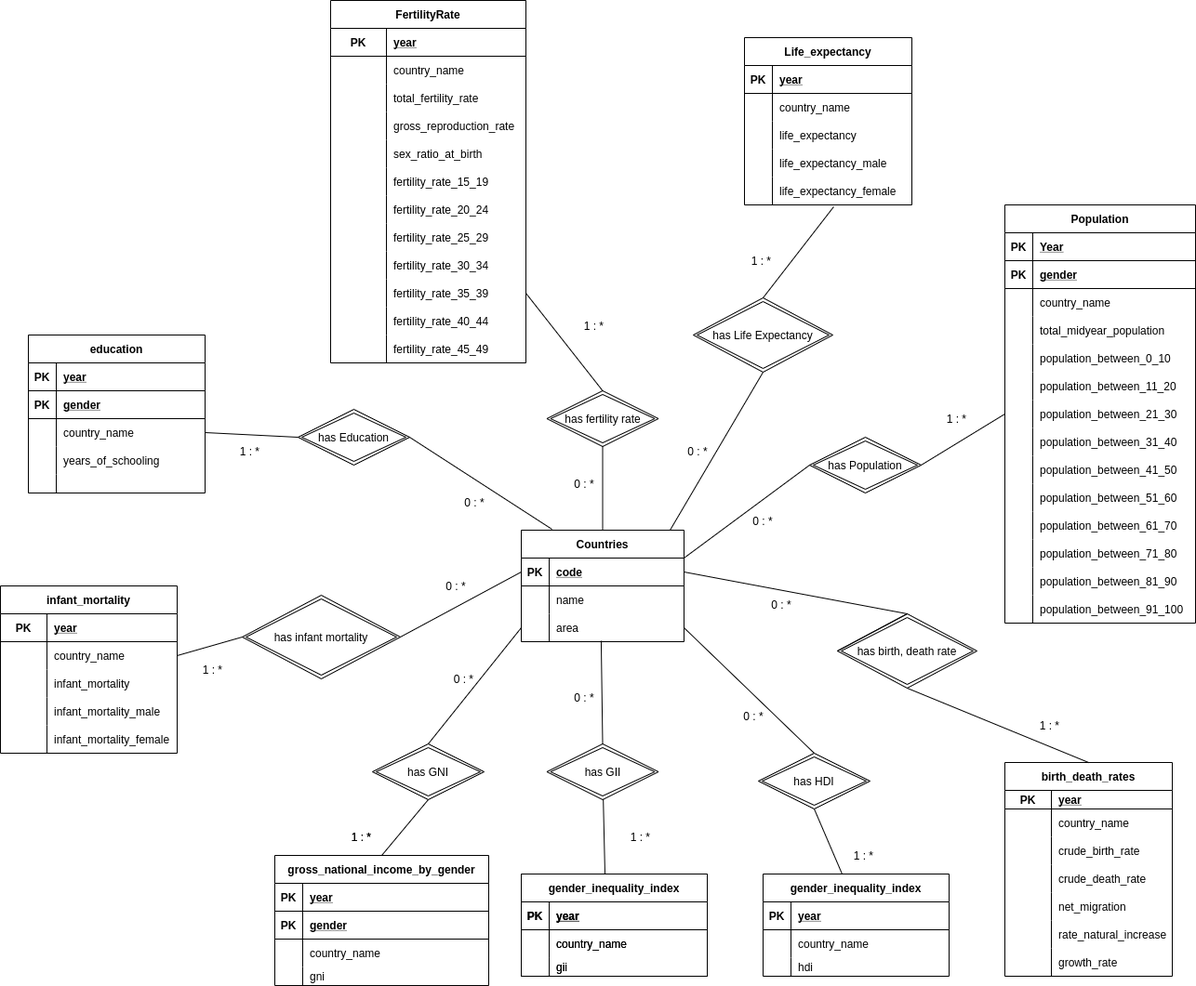
sid42/ECE356_Project_F21 keeps this draw.io diagram as server/Demographics-ERDiagram.png. Above is the earlier version. Source tidied: cells renumbered, new cells last; positions are measured from the earlier drawing's top-left corner, leaving out a move shared by most shapes.
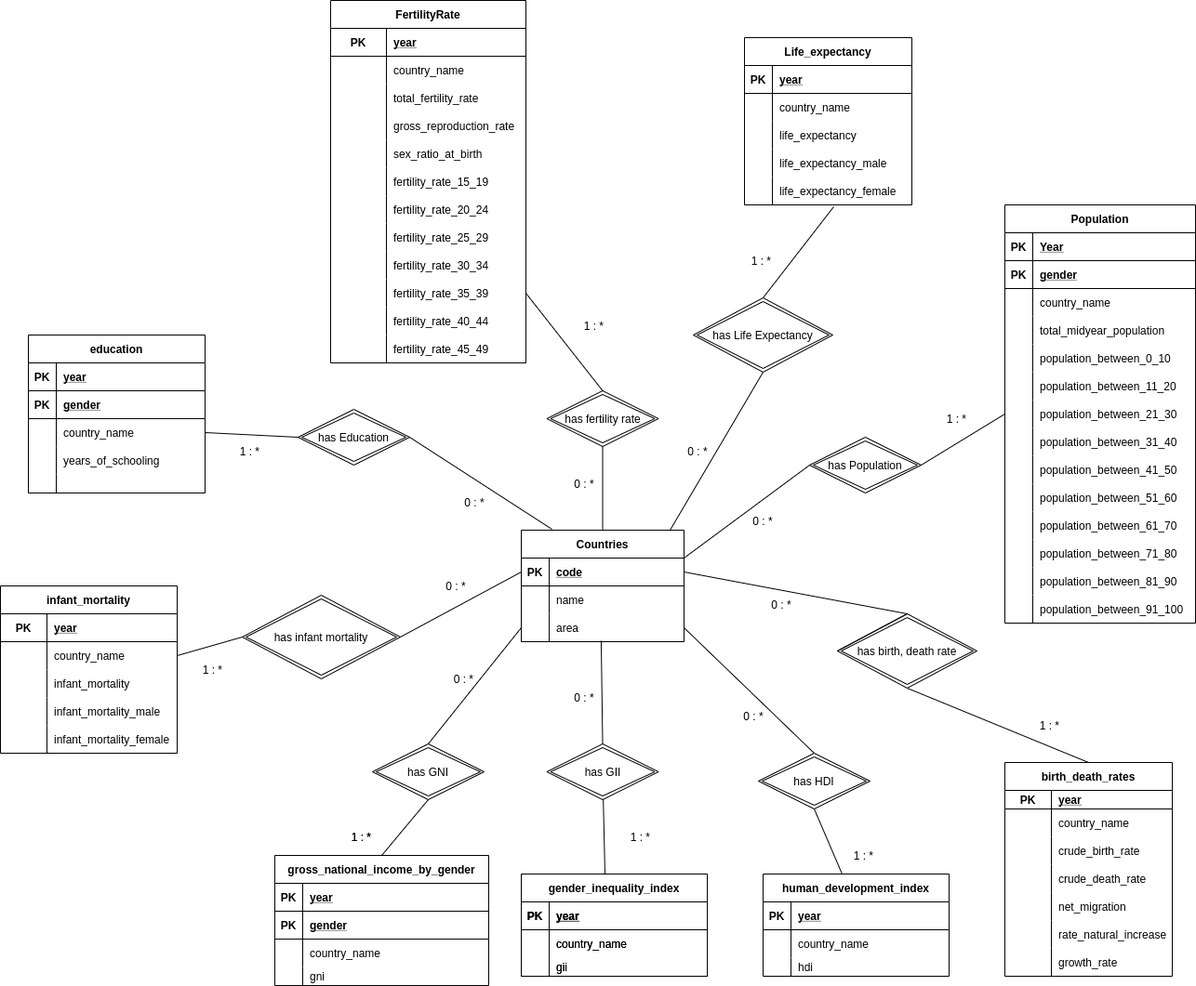
Above is the later version.

Diff of the diagram source:
```diff
@@ -742,7 +742,7 @@
     <mxCell id="235" value="gii" style="shape=partialRectangle;fillColor=none;top=0;left=0;bottom=0;right=0;align=left;spacingLeft=6;overflow=hidden;" parent="233" vertex="1">
       <mxGeometry x="30" width="170" height="20" as="geometry" />
     </mxCell>
-    <mxCell id="236" value="gender_inequality_index" style="shape=table;startSize=30;rowLines=0;fontStyle=1;align=center;" parent="1" vertex="1">
+    <mxCell id="236" value="human_development_index" style="shape=table;startSize=30;rowLines=0;fontStyle=1;align=center;" parent="1" vertex="1">
       <mxGeometry x="820" y="940" width="200" height="110" as="geometry" />
     </mxCell>
     <mxCell id="237" style="shape=partialRectangle;fillColor=none;top=0;left=0;bottom=1;right=0;" parent="236" vertex="1">
```
